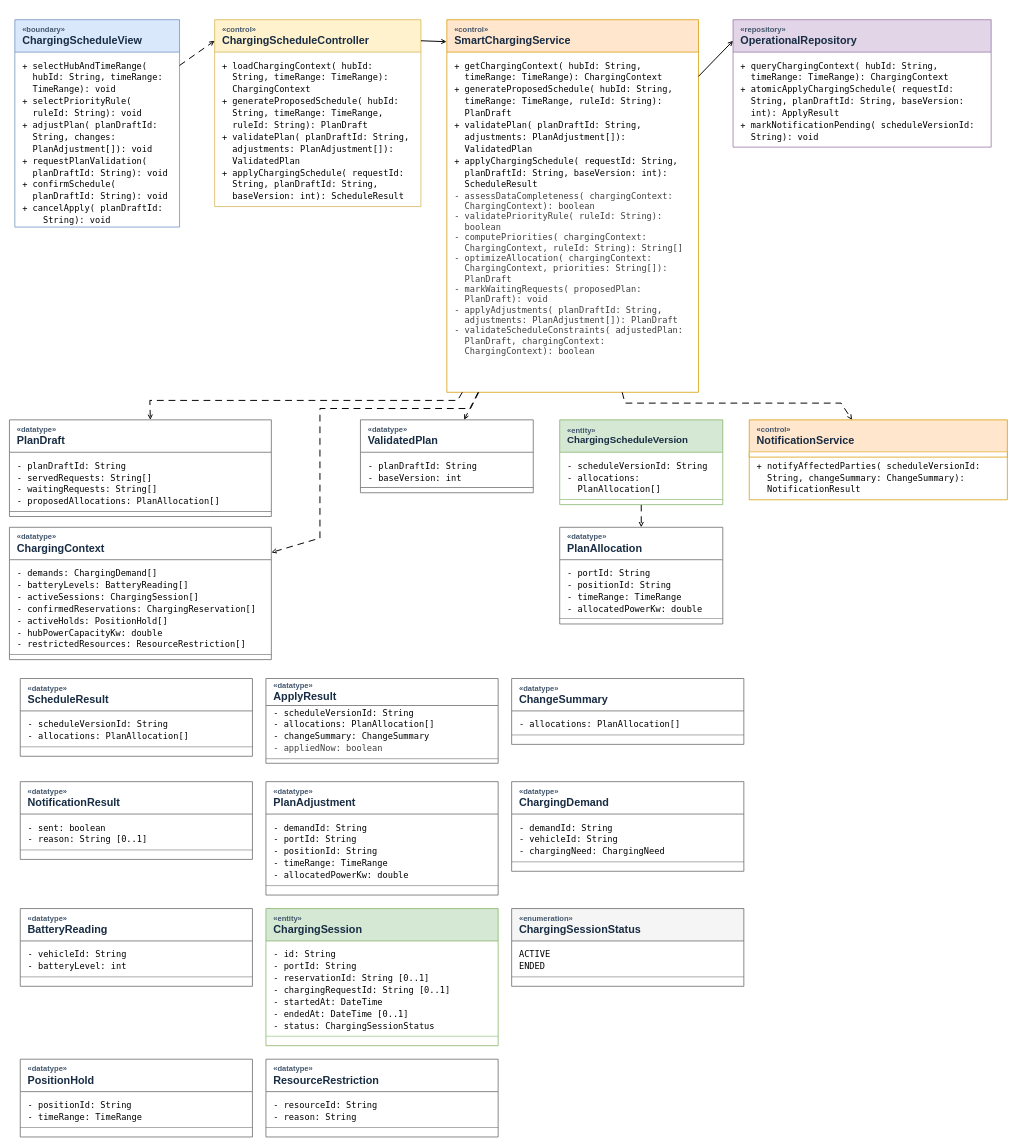
Earlier version of the draw.io diagram docs/hoangnhan_submission3/UC13.drawio (nhanbui304/smart-emobility-hub). Source tidied: cells renumbered, new cells numbered last; positions are measured from the earlier drawing's top-left corner, leaving out a move shared by most shapes. Both pictures are drawn from the tidied source at 54%, with x=0, y=0 at pixel (9, 19).
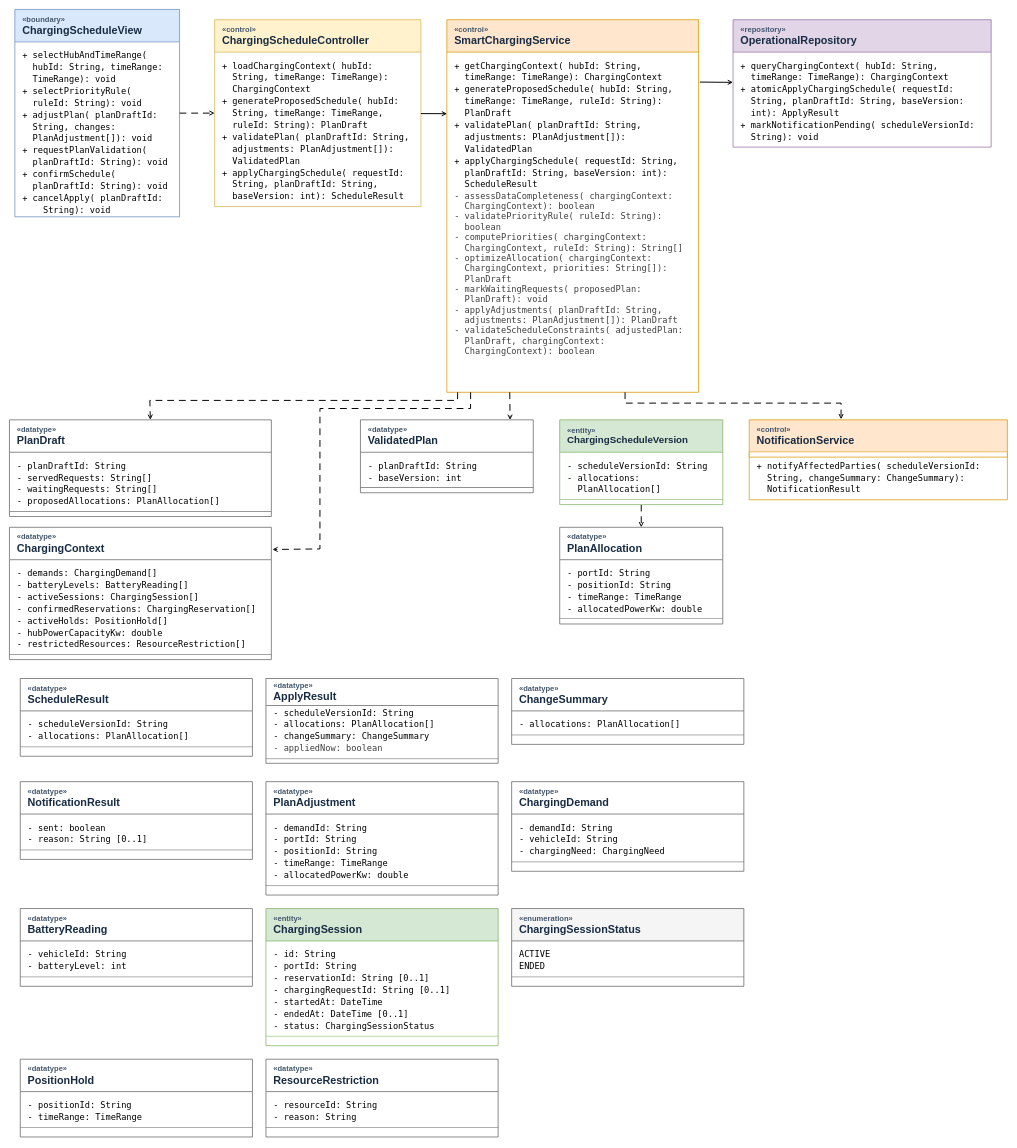
The same diagram, later.

Commit message (it also covers changes not shown here):
docs(class): fix UC13/UC14 format and UC14 params to match Sub #2

- UC13: «dataType» -> «datatype», attach 6 loose edges, remove duplicated assessDataCompleteness
- UC14: remove stray box over Recommendation, attach loose edge, drop operatorId from startRun/createRun (Sub #2 tr. 86)
- Datatype boxes use white fill in UC09, UC10, UC13, UC14
- Package diagram: list §2.3.1, §2.3.2 tasks, clarify UC09 as change/cancel charging schedule

Unchanged cells that the change refers to:
```xml
<mxCell id="4" value="&lt;div style=&quot;font-size:14px;color:#42566c;&quot;&gt;«control»&lt;/div&gt;&lt;div style=&quot;font-size:20px;font-weight:bold;&quot;&gt;ChargingScheduleController&lt;/div&gt;" style="swimlane;startSize=60;horizontal=1;html=1;rounded=0;align=left;verticalAlign=middle;spacingLeft=12;fontColor=#182C43;fillColor=#fff2cc;swimlaneFillColor=#ffffff;strokeColor=#d6b656;strokeWidth=1.4;" parent="1" vertex="1">
  <mxGeometry x="380" width="382" height="346" as="geometry" />
</mxCell>
<mxCell id="6" value="&lt;div style=&quot;font-size:14px;color:#42566c;&quot;&gt;«control»&lt;/div&gt;&lt;div style=&quot;font-size:20px;font-weight:bold;&quot;&gt;SmartChargingService&lt;/div&gt;" style="swimlane;startSize=60;horizontal=1;html=1;rounded=0;align=left;verticalAlign=middle;spacingLeft=12;fontColor=#182C43;fillColor=#ffe6cc;swimlaneFillColor=#ffffff;strokeColor=#d79b00;strokeWidth=1.4;" parent="1" vertex="1">
  <mxGeometry x="810" width="466" height="690" as="geometry" />
</mxCell>
<mxCell id="7" value="&lt;div style=&quot;font-family:DejaVu Sans Mono, monospace;font-size:16px;line-height:22px;&quot;&gt;+ getChargingContext( hubId: String,&lt;br&gt;&amp;nbsp;&amp;nbsp;timeRange: TimeRange): ChargingContext&lt;br&gt;+ generateProposedSchedule( hubId: String,&lt;br&gt;&amp;nbsp;&amp;nbsp;timeRange: TimeRange, ruleId: String):&lt;br&gt;&amp;nbsp;&amp;nbsp;PlanDraft&lt;br&gt;+ validatePlan( planDraftId: String,&lt;br&gt;&amp;nbsp;&amp;nbsp;adjustments: PlanAdjustment[]):&lt;br&gt;&amp;nbsp;&amp;nbsp;ValidatedPlan&lt;br&gt;+ applyChargingSchedule( requestId: String,&lt;br&gt;&amp;nbsp;&amp;nbsp;planDraftId: String, baseVersion: int):&lt;br&gt;&amp;nbsp;&amp;nbsp;ScheduleResult&lt;/div&gt;&lt;div&gt;&lt;span style=&quot;color: rgb(63, 63, 63); font-family: &amp;quot;DejaVu Sans Mono&amp;quot;, monospace; font-size: 16px;&quot;&gt;- assessDataCompleteness( chargingContext:&lt;/span&gt;&lt;br style=&quot;color: rgb(63, 63, 63); scrollbar-color: rgba(168, 169, 170, 0.52) rgb(18, 19, 20); font-family: &amp;quot;DejaVu Sans Mono&amp;quot;, monospace; font-size: 16px;&quot;&gt;&lt;span style=&quot;color: rgb(63, 63, 63); font-family: &amp;quot;DejaVu Sans Mono&amp;quot;, monospace; font-size: 16px;&quot;&gt;&amp;nbsp;&amp;nbsp;ChargingContext): boolean&lt;/span&gt;&lt;br style=&quot;color: rgb(63, 63, 63); scrollbar-color: rgba(168, 169, 170, 0.52) rgb(18, 19, 20); font-family: &amp;quot;DejaVu Sans Mono&amp;quot;, monospace; font-size: 16px;&quot;&gt;&lt;span style=&quot;color: rgb(63, 63, 63); font-family: &amp;quot;DejaVu Sans Mono&amp;quot;, monospace; font-size: 16px;&quot;&gt;- validatePriorityRule( ruleId: String):&lt;/span&gt;&lt;br style=&quot;color: rgb(63, 63, 63); scrollbar-color: rgba(168, 169, 170, 0.52) rgb(18, 19, 20); font-family: &amp;quot;DejaVu Sans Mono&amp;quot;, monospace; font-size: 16px;&quot;&gt;&lt;span style=&quot;color: rgb(63, 63, 63); font-family: &amp;quot;DejaVu Sans Mono&amp;quot;, monospace; font-size: 16px;&quot;&gt;&amp;nbsp;&amp;nbsp;boolean&lt;/span&gt;&lt;br style=&quot;color: rgb(63, 63, 63); scrollbar-color: rgba(168, 169, 170, 0.52) rgb(18, 19, 20); font-family: &amp;quot;DejaVu Sans Mono&amp;quot;, monospace; font-size: 16px;&quot;&gt;&lt;span style=&quot;color: rgb(63, 63, 63); font-family: &amp;quot;DejaVu Sans Mono&amp;quot;, monospace; font-size: 16px;&quot;&gt;- computePriorities( chargingContext:&lt;/span&gt;&lt;br style=&quot;color: rgb(63, 63, 63); scrollbar-color: rgba(168, 169, 170, 0.52) rgb(18, 19, 20); font-family: &amp;quot;DejaVu Sans Mono&amp;quot;, monospace; font-size: 16px;&quot;&gt;&lt;span style=&quot;color: rgb(63, 63, 63); font-family: &amp;quot;DejaVu Sans Mono&amp;quot;, monospace; font-size: 16px;&quot;&gt;&amp;nbsp;&amp;nbsp;ChargingContext, ruleId: String): String[]&lt;/span&gt;&lt;br style=&quot;color: rgb(63, 63, 63); scrollbar-color: rgba(168, 169, 170, 0.52) rgb(18, 19, 20); font-family: &amp;quot;DejaVu Sans Mono&amp;quot;, monospace; font-size: 16px;&quot;&gt;&lt;span style=&quot;color: rgb(63, 63, 63); font-family: &amp;quot;DejaVu Sans Mono&amp;quot;, monospace; font-size: 16px;&quot;&gt;- optimizeAllocation( chargingContext:&lt;/span&gt;&lt;br style=&quot;color: rgb(63, 63, 63); scrollbar-color: rgba(168, 169, 170, 0.52) rgb(18, 19, 20); font-family: &amp;quot;DejaVu Sans Mono&amp;quot;, monospace; font-size: 16px;&quot;&gt;&lt;span style=&quot;color: rgb(63, 63, 63); font-family: &amp;quot;DejaVu Sans Mono&amp;quot;, monospace; font-size: 16px;&quot;&gt;&amp;nbsp;&amp;nbsp;ChargingContext, priorities: String[]):&lt;/span&gt;&lt;br style=&quot;color: rgb(63, 63, 63); scrollbar-color: rgba(168, 169, 170, 0.52) rgb(18, 19, 20); font-family: &amp;quot;DejaVu Sans Mono&amp;quot;, monospace; font-size: 16px;&quot;&gt;&lt;span style=&quot;color: rgb(63, 63, 63); font-family: &amp;quot;DejaVu Sans Mono&amp;quot;, monospace; font-size: 16px;&quot;&gt;&amp;nbsp;&amp;nbsp;PlanDraft&lt;/span&gt;&lt;br style=&quot;color: rgb(63, 63, 63); scrollbar-color: rgba(168, 169, 170, 0.52) rgb(18, 19, 20); font-family: &amp;quot;DejaVu Sans Mono&amp;quot;, monospace; font-size: 16px;&quot;&gt;&lt;span style=&quot;color: rgb(63, 63, 63); font-family: &amp;quot;DejaVu Sans Mono&amp;quot;, monospace; font-size: 16px;&quot;&gt;- markWaitingRequests( proposedPlan:&lt;/span&gt;&lt;br style=&quot;color: rgb(63, 63, 63); scrollbar-color: rgba(168, 169, 170, 0.52) rgb(18, 19, 20); font-family: &amp;quot;DejaVu Sans Mono&amp;quot;, monospace; font-size: 16px;&quot;&gt;&lt;span style=&quot;color: rgb(63, 63, 63); font-family: &amp;quot;DejaVu Sans Mono&amp;quot;, monospace; font-size: 16px;&quot;&gt;&amp;nbsp;&amp;nbsp;PlanDraft): void&lt;/span&gt;&lt;br style=&quot;color: rgb(63, 63, 63); scrollbar-color: rgba(168, 169, 170, 0.52) rgb(18, 19, 20); font-family: &amp;quot;DejaVu Sans Mono&amp;quot;, monospace; font-size: 16px;&quot;&gt;&lt;span style=&quot;color: rgb(63, 63, 63); font-family: &amp;quot;DejaVu Sans Mono&amp;quot;, monospace; font-size: 16px;&quot;&gt;- applyAdjustments( planDraftId: String,&lt;/span&gt;&lt;br style=&quot;color: rgb(63, 63, 63); scrollbar-color: rgba(168, 169, 170, 0.52) rgb(18, 19, 20); font-family: &amp;quot;DejaVu Sans Mono&amp;quot;, monospace; font-size: 16px;&quot;&gt;&lt;span style=&quot;color: rgb(63, 63, 63); font-family: &amp;quot;DejaVu Sans Mono&amp;quot;, monospace; font-size: 16px;&quot;&gt;&amp;nbsp;&amp;nbsp;adjustments: PlanAdjustment[]): PlanDraft&lt;/span&gt;&lt;br style=&quot;color: rgb(63, 63, 63); scrollbar-color: rgba(168, 169, 170, 0.52) rgb(18, 19, 20); font-family: &amp;quot;DejaVu Sans Mono&amp;quot;, monospace; font-size: 16px;&quot;&gt;&lt;span style=&quot;color: rgb(63, 63, 63); font-family: &amp;quot;DejaVu Sans Mono&amp;quot;, monospace; font-size: 16px;&quot;&gt;- validateScheduleConstraints( adjustedPlan:&lt;/span&gt;&lt;br style=&quot;color: rgb(63, 63, 63); scrollbar-color: rgba(168, 169, 170, 0.52) rgb(18, 19, 20); font-family: &amp;quot;DejaVu Sans Mono&amp;quot;, monospace; font-size: 16px;&quot;&gt;&lt;span style=&quot;color: rgb(63, 63, 63); font-family: &amp;quot;DejaVu Sans Mono&amp;quot;, monospace; font-size: 16px;&quot;&gt;&amp;nbsp;&amp;nbsp;PlanDraft, chargingContext:&lt;/span&gt;&lt;br style=&quot;color: rgb(63, 63, 63); scrollbar-color: rgba(168, 169, 170, 0.52) rgb(18, 19, 20); font-family: &amp;quot;DejaVu Sans Mono&amp;quot;, monospace; font-size: 16px;&quot;&gt;&lt;span style=&quot;color: rgb(63, 63, 63); font-family: &amp;quot;DejaVu Sans Mono&amp;quot;, monospace; font-size: 16px;&quot;&gt;&amp;nbsp;&amp;nbsp;ChargingContext): boolean&lt;/span&gt;&lt;/div&gt;" style="text;html=1;align=left;verticalAlign=top;spacingTop=8;spacingLeft=12;strokeColor=none;fillColor=none;whiteSpace=wrap;overflow=hidden;" parent="6" vertex="1">
  <mxGeometry y="60" width="466" height="610" as="geometry" />
</mxCell>
<mxCell id="8" value="&lt;div style=&quot;font-size:14px;color:#42566c;&quot;&gt;«repository»&lt;/div&gt;&lt;div style=&quot;font-size:20px;font-weight:bold;&quot;&gt;OperationalRepository&lt;/div&gt;" style="swimlane;startSize=60;horizontal=1;html=1;rounded=0;align=left;verticalAlign=middle;spacingLeft=12;fontColor=#182C43;fillColor=#e1d5e7;swimlaneFillColor=#ffffff;strokeColor=#9673a6;strokeWidth=1.4;" parent="1" vertex="1">
  <mxGeometry x="1340" width="478" height="236" as="geometry" />
</mxCell>
<mxCell id="10" value="&lt;div style=&quot;font-size:14px;color:#42566c;&quot;&gt;«datatype»&lt;/div&gt;&lt;div style=&quot;font-size:20px;font-weight:bold;&quot;&gt;PlanDraft&lt;/div&gt;" style="swimlane;startSize=60;horizontal=1;html=1;rounded=0;align=left;verticalAlign=middle;spacingLeft=12;fontColor=#182C43;fillColor=#ffffff;swimlaneFillColor=#ffffff;strokeColor=#666666;strokeWidth=1.4;" parent="1" vertex="1">
  <mxGeometry y="741" width="485" height="170" as="geometry" />
</mxCell>
<mxCell id="13" value="&lt;div style=&quot;font-size:14px;color:#42566c;&quot;&gt;«datatype»&lt;/div&gt;&lt;div style=&quot;font-size:20px;font-weight:bold;&quot;&gt;ValidatedPlan&lt;/div&gt;" style="swimlane;startSize=60;horizontal=1;html=1;rounded=0;align=left;verticalAlign=middle;spacingLeft=12;fontColor=#182C43;fillColor=#ffffff;swimlaneFillColor=#ffffff;strokeColor=#666666;strokeWidth=1.4;" parent="1" vertex="1">
  <mxGeometry x="650" y="741" width="320" height="126" as="geometry" />
</mxCell>
<mxCell id="17" value="&lt;div style=&quot;font-size:14px;color:#42566c;&quot;&gt;«control»&lt;/div&gt;&lt;div style=&quot;font-size:20px;font-weight:bold;&quot;&gt;NotificationService&lt;/div&gt;" style="swimlane;startSize=60;horizontal=1;html=1;rounded=0;align=left;verticalAlign=middle;spacingLeft=12;fontColor=#182C43;fillColor=#ffe6cc;swimlaneFillColor=#ffffff;strokeColor=#d79b00;strokeWidth=1.4;" parent="1" vertex="1">
  <mxGeometry x="1370" y="741" width="478" height="148" as="geometry" />
</mxCell>
<mxCell id="20" value="&lt;div style=&quot;font-size:14px;color:#42566c;&quot;&gt;«datatype»&lt;/div&gt;&lt;div style=&quot;font-size:20px;font-weight:bold;&quot;&gt;ChargingContext&lt;/div&gt;" style="swimlane;startSize=60;horizontal=1;html=1;rounded=0;align=left;verticalAlign=middle;spacingLeft=12;fontColor=#182C43;fillColor=#ffffff;swimlaneFillColor=#ffffff;strokeColor=#666666;strokeWidth=1.4;" parent="1" vertex="1">
  <mxGeometry y="940" width="485" height="236" as="geometry" />
</mxCell>
```

Diff of the diagram source:
```diff
@@
     <mxCell id="2" value="&lt;div style=&quot;font-size:14px;color:#42566c;&quot;&gt;«boundary»&lt;/div&gt;&lt;div style=&quot;font-size:20px;font-weight:bold;&quot;&gt;ChargingScheduleView&lt;/div&gt;" style="swimlane;startSize=60;horizontal=1;html=1;rounded=0;align=left;verticalAlign=middle;spacingLeft=12;fontColor=#182C43;fillColor=#dae8fc;swimlaneFillColor=#ffffff;strokeColor=#6c8ebf;strokeWidth=1.4;" parent="1" vertex="1">
-      <mxGeometry x="10" width="305" height="384" as="geometry" />
+      <mxGeometry x="10" y="-19" width="305" height="384" as="geometry" />
     </mxCell>
@@
-    <mxCell id="24" style="noEdgeStyle=1;html=1;rounded=0;endArrow=open;endFill=0;dashed=1;dashPattern=7 5;strokeColor=#000000;strokeWidth=1.8;entryPerimeter=0;entryX=0.000000;entryY=0.112717;" parent="1" edge="1" source="2" target="4">
+    <mxCell id="24" style="noEdgeStyle=1;html=1;rounded=0;endArrow=open;endFill=0;dashed=1;dashPattern=7 5;strokeColor=#000000;strokeWidth=1.8;" parent="1" edge="1" source="2" target="4">
       <mxGeometry relative="1" as="geometry" />
     </mxCell>
-    <mxCell id="25" style="noEdgeStyle=1;html=1;rounded=0;endArrow=open;endFill=0;dashed=0;dashPattern=7 5;strokeColor=#000000;strokeWidth=1.8;exitPerimeter=0;entryPerimeter=0;exitX=1.000000;exitY=0.112717;entryX=-0.001;entryY=0.059;entryDx=0;entryDy=0;" parent="1" edge="1" source="4" target="6">
+    <mxCell id="25" style="noEdgeStyle=1;html=1;rounded=0;endArrow=open;endFill=0;dashed=0;dashPattern=7 5;strokeColor=#000000;strokeWidth=1.8;entryX=0.001;entryY=0.187;entryDx=0;entryDy=0;entryPerimeter=0;" parent="1" edge="1" source="4" target="7">
       <mxGeometry relative="1" as="geometry" />
     </mxCell>
-    <mxCell id="26" style="noEdgeStyle=1;html=1;rounded=0;endArrow=open;endFill=0;dashed=0;dashPattern=7 5;strokeColor=#000000;strokeWidth=1.8;entryPerimeter=0;entryX=0.000000;entryY=0.165254;" parent="1" edge="1" source="6" target="8">
+    <mxCell id="26" style="noEdgeStyle=1;html=1;rounded=0;endArrow=open;endFill=0;dashed=0;dashPattern=7 5;strokeColor=#000000;strokeWidth=1.8;exitX=1.005;exitY=0.091;exitDx=0;exitDy=0;exitPerimeter=0;" parent="1" edge="1" source="7" target="8">
       <mxGeometry relative="1" as="geometry" />
     </mxCell>
-    <mxCell id="27" style="noEdgeStyle=1;html=1;rounded=0;endArrow=open;endFill=0;dashed=1;dashPattern=7 5;strokeColor=#000000;strokeWidth=1.8;entryX=0.538;entryY=0;entryDx=0;entryDy=0;entryPerimeter=0;" parent="1" edge="1" source="6" target="10">
+    <mxCell id="27" style="noEdgeStyle=1;html=1;rounded=0;endArrow=open;endFill=0;dashed=1;dashPattern=7 5;strokeColor=#000000;strokeWidth=1.8;entryX=0.538;entryY=0;entryDx=0;entryDy=0;entryPerimeter=0;" parent="1" edge="1" target="10">
       <mxGeometry x="-0.06" relative="1" as="geometry">
+        <mxPoint x="830" y="690" as="sourcePoint" />
         <Array as="points">
           <mxPoint x="829.8" y="705" />
           <mxPoint x="260" y="705" />
         </Array>
       </mxGeometry>
     </mxCell>
-    <mxCell id="28" style="noEdgeStyle=1;html=1;rounded=0;endArrow=open;endFill=0;dashed=1;dashPattern=7 5;strokeColor=#000000;strokeWidth=1.8;" parent="1" edge="1" source="6" target="17">
+    <mxCell id="28" style="noEdgeStyle=1;html=1;rounded=0;endArrow=open;endFill=0;dashed=1;dashPattern=7 5;strokeColor=#000000;strokeWidth=1.8;" parent="1" edge="1">
       <mxGeometry x="0.02" relative="1" as="geometry">
+        <mxPoint x="1140" y="690" as="sourcePoint" />
+        <mxPoint x="1540" y="740" as="targetPoint" />
         <Array as="points">
           <mxPoint x="1140" y="710" />
           <mxPoint x="1540" y="710" />
         </Array>
       </mxGeometry>
     </mxCell>
-    <mxCell id="29" style="noEdgeStyle=1;html=1;rounded=0;endArrow=open;endFill=0;dashed=1;dashPattern=7 5;strokeColor=#000000;strokeWidth=1.8;" parent="1" edge="1" source="6" target="20">
+    <mxCell id="29" style="noEdgeStyle=1;html=1;rounded=0;endArrow=open;endFill=0;dashed=1;dashPattern=7 5;strokeColor=#000000;strokeWidth=1.8;entryX=1.004;entryY=0.174;entryDx=0;entryDy=0;entryPerimeter=0;" parent="1" edge="1" target="20">
       <mxGeometry x="-0.46" relative="1" as="geometry">
+        <mxPoint x="854" y="690" as="sourcePoint" />
         <Array as="points">
           <mxPoint x="853.9" y="720" />
           <mxPoint x="575" y="720" />
-          <mxPoint x="575" y="960" />
+          <mxPoint x="575" y="980" />
         </Array>
       </mxGeometry>
     </mxCell>
@@
-    <mxCell id="31" style="noEdgeStyle=1;html=1;rounded=0;endArrow=open;endFill=0;dashed=1;dashPattern=7 5;strokeColor=#000000;strokeWidth=1.8;" parent="1" edge="1" source="6" target="13">
+    <mxCell id="31" style="noEdgeStyle=1;html=1;rounded=0;endArrow=open;endFill=0;dashed=1;dashPattern=7 5;strokeColor=#000000;strokeWidth=1.8;entryX=0.866;entryY=0.002;entryDx=0;entryDy=0;entryPerimeter=0;exitX=0.25;exitY=1;exitDx=0;exitDy=0;" parent="1" edge="1" source="6" target="13">
       <mxGeometry x="0.83" relative="1" as="geometry" />
     </mxCell>
```
